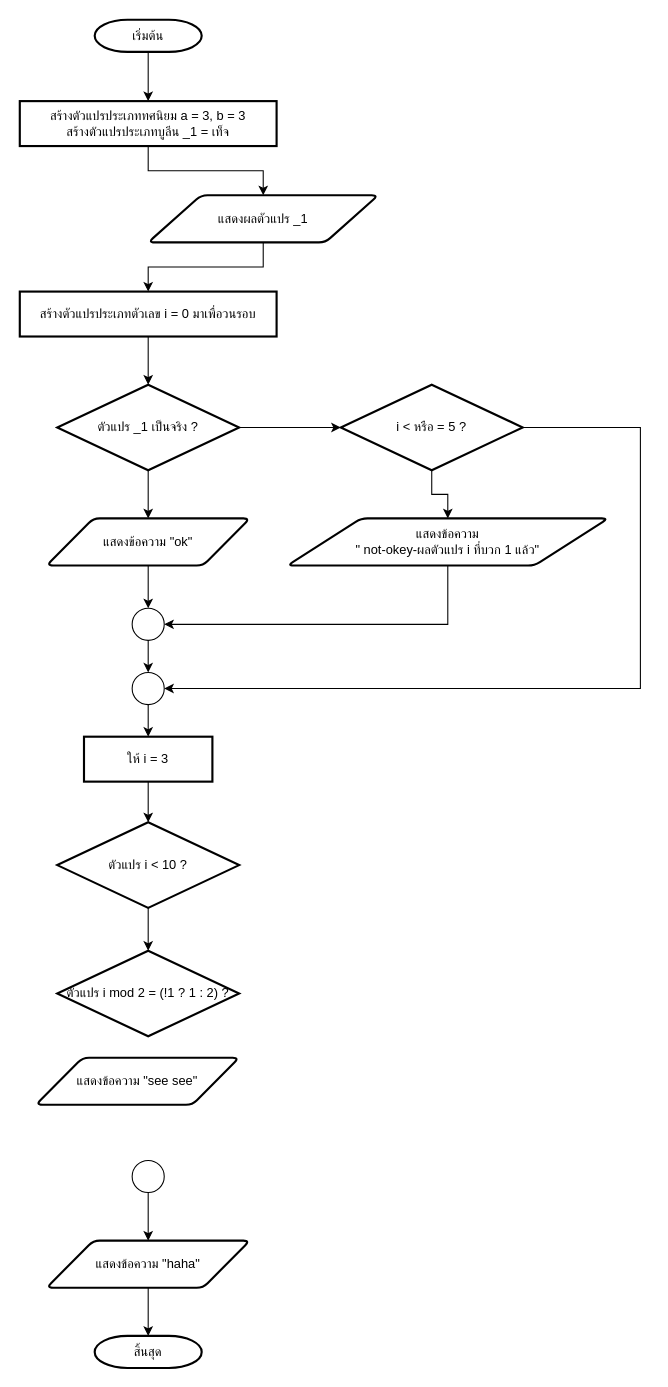
The draw.io diagram homework/Hw3/flowchart 3-2.drawio in nuch-oranuch/ENGCE117, before the edit. Source tidied: cells renumbered, new cells numbered last; positions are measured from the earlier drawing's top-left corner, leaving out a move shared by most shapes. Both pictures are drawn from the tidied source at 107%, with x=0, y=0 at pixel (19, 19).
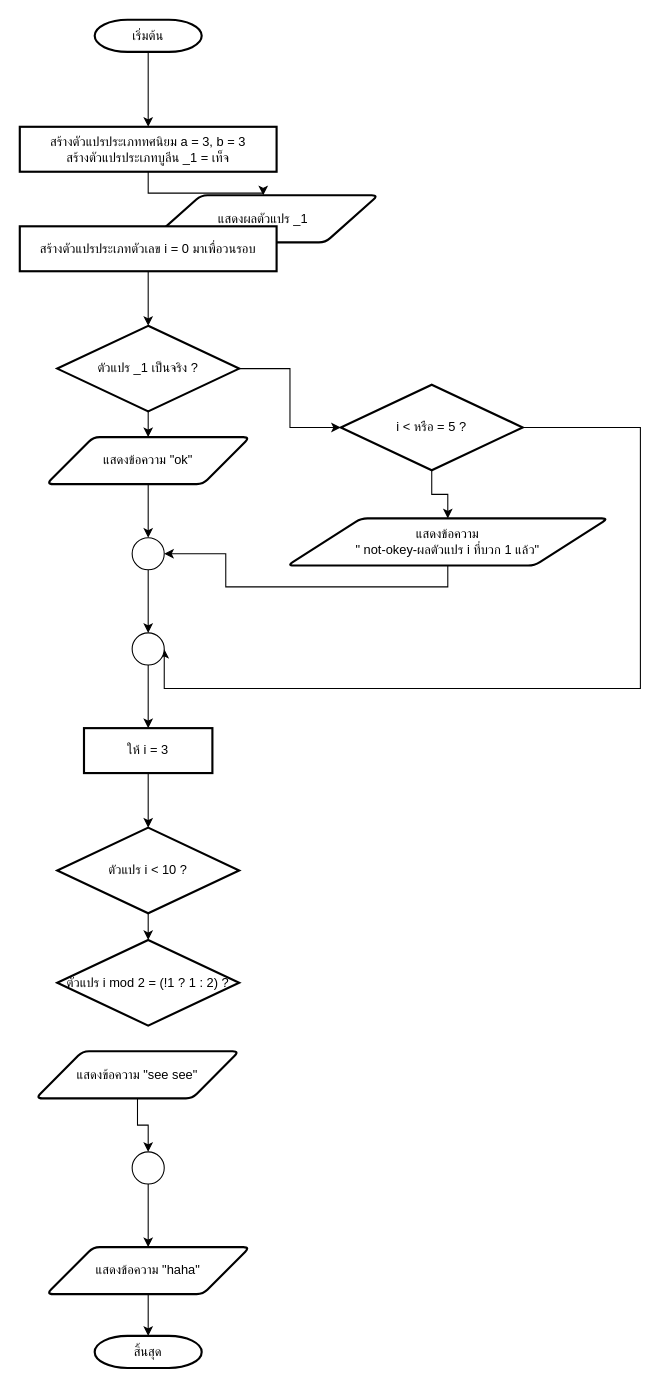
The same diagram, later.

What changed in the source:
```diff
@@
     <mxCell id="5" value="สร้างตัวแปรประเภททศนิยม a = 3, b = 3&lt;div&gt;สร้างตัวแปรประเภทบูลีน _1 = เท็จ&lt;/div&gt;" style="rounded=1;whiteSpace=wrap;html=1;absoluteArcSize=1;arcSize=0;strokeWidth=2;" parent="1" vertex="1">
-      <mxGeometry y="76" width="240" height="42" as="geometry" />
+      <mxGeometry y="100" width="240" height="42" as="geometry" />
     </mxCell>
@@
     <mxCell id="9" value="สร้างตัวแปรประเภทตัวเลข i = 0 มาเพื่อวนรอบ" style="rounded=1;whiteSpace=wrap;html=1;absoluteArcSize=1;arcSize=0;strokeWidth=2;" parent="1" vertex="1">
-      <mxGeometry y="254" width="240" height="42" as="geometry" />
+      <mxGeometry y="193" width="240" height="42" as="geometry" />
     </mxCell>
@@
     <mxCell id="12" value="ตัวแปร _1 เป็นจริง ?" style="strokeWidth=2;html=1;shape=mxgraph.flowchart.decision;whiteSpace=wrap;" parent="1" vertex="1">
-      <mxGeometry x="35" y="341" width="170" height="80" as="geometry" />
+      <mxGeometry x="35" y="286" width="170" height="80" as="geometry" />
     </mxCell>
@@
     <mxCell id="14" value="แสดงข้อความ&amp;nbsp;&lt;span style=&quot;background-color: initial;&quot;&gt;&quot;ok&quot;&lt;/span&gt;" style="shape=parallelogram;html=1;strokeWidth=2;perimeter=parallelogramPerimeter;whiteSpace=wrap;rounded=1;arcSize=12;size=0.23;" parent="1" vertex="1">
-      <mxGeometry x="25" y="466" width="190" height="44" as="geometry" />
+      <mxGeometry x="25" y="390" width="190" height="44" as="geometry" />
     </mxCell>
@@
     <mxCell id="16" value="ตัวแปร i &amp;lt; 10 ?" style="strokeWidth=2;html=1;shape=mxgraph.flowchart.decision;whiteSpace=wrap;" parent="1" vertex="1">
-      <mxGeometry x="35" y="750" width="170" height="80" as="geometry" />
+      <mxGeometry x="35" y="755" width="170" height="80" as="geometry" />
     </mxCell>
@@
     <mxCell id="18" style="verticalLabelPosition=bottom;verticalAlign=top;html=1;shape=mxgraph.flowchart.on-page_reference;" parent="1" vertex="1">
-      <mxGeometry x="105" y="1066" width="30" height="30" as="geometry" />
+      <mxGeometry x="105" y="1058" width="30" height="30" as="geometry" />
     </mxCell>
@@
     <mxCell id="20" value="แสดงข้อความ&amp;nbsp;&lt;span style=&quot;background-color: initial;&quot;&gt;&quot;haha&quot;&lt;/span&gt;" style="shape=parallelogram;html=1;strokeWidth=2;perimeter=parallelogramPerimeter;whiteSpace=wrap;rounded=1;arcSize=12;size=0.23;" parent="1" vertex="1">
-      <mxGeometry x="25" y="1141" width="190" height="44" as="geometry" />
+      <mxGeometry x="25" y="1147" width="190" height="44" as="geometry" />
     </mxCell>
@@
     <mxCell id="28" style="ellipse;whiteSpace=wrap;html=1;" parent="1" vertex="1">
-      <mxGeometry x="105" y="550" width="30" height="30" as="geometry" />
+      <mxGeometry x="105" y="484" width="30" height="30" as="geometry" />
     </mxCell>
@@
     <mxCell id="30" value="ให้ i = 3" style="rounded=1;whiteSpace=wrap;html=1;absoluteArcSize=1;arcSize=0;strokeWidth=2;" parent="1" vertex="1">
-      <mxGeometry x="60" y="670" width="120" height="42" as="geometry" />
+      <mxGeometry x="60" y="662" width="120" height="42" as="geometry" />
     </mxCell>
@@
     <mxCell id="32" style="ellipse;whiteSpace=wrap;html=1;" parent="1" vertex="1">
-      <mxGeometry x="105" y="610" width="30" height="30" as="geometry" />
+      <mxGeometry x="105" y="573" width="30" height="30" as="geometry" />
     </mxCell>
     <mxCell id="33" value="ตัวแปร i mod 2 = (!1 ? 1 : 2) ?" style="strokeWidth=2;html=1;shape=mxgraph.flowchart.decision;whiteSpace=wrap;" parent="1" vertex="1">
-      <mxGeometry x="35" y="870" width="170" height="80" as="geometry" />
+      <mxGeometry x="35" y="860" width="170" height="80" as="geometry" />
     </mxCell>
+    <mxCell id="35" style="edgeStyle=orthogonalEdgeStyle;rounded=0;jettySize=auto;html=1;" parent="1" edge="1" source="34" target="18">
+      <mxGeometry relative="1" as="geometry" />
+    </mxCell>
     <mxCell id="34" value="แสดงข้อความ&amp;nbsp;&lt;span style=&quot;background-color: initial;&quot;&gt;&quot;see see&quot;&lt;/span&gt;" style="shape=parallelogram;html=1;strokeWidth=2;perimeter=parallelogramPerimeter;whiteSpace=wrap;rounded=1;arcSize=12;size=0.23;" parent="1" vertex="1">
-      <mxGeometry x="15" y="970" width="190" height="44" as="geometry" />
+      <mxGeometry x="15" y="964" width="190" height="44" as="geometry" />
     </mxCell>
```
